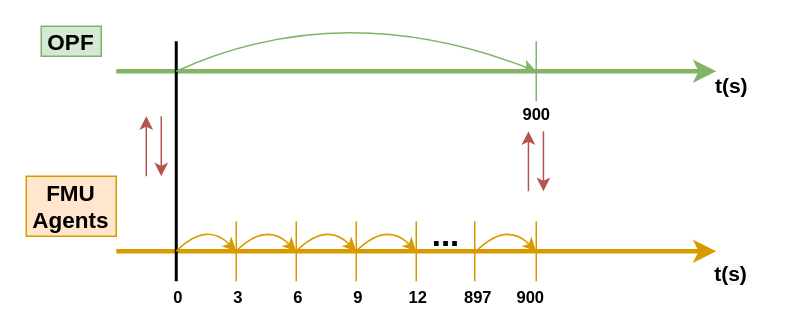
Before: Mid-term Review/Figures/co-simtimesteps.drawio in caneryagci/Multi-Energy-Systems-Thesis-Project, a draw.io diagram. Source tidied: cells renumbered, new cells numbered last; positions are measured from the earlier drawing's top-left corner, leaving out a move shared by most shapes. Both pictures are drawn from the tidied source at 150%, with x=0, y=0 at pixel (26, -4).
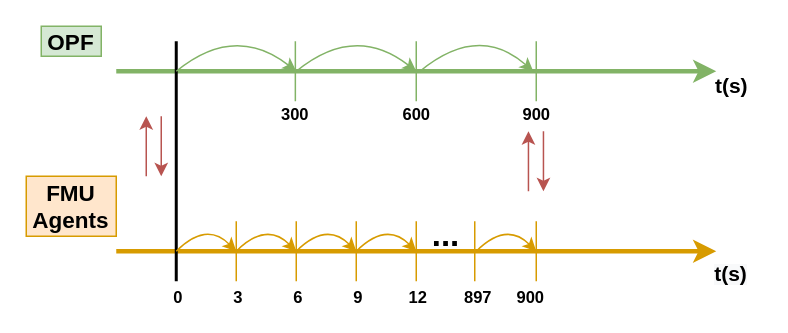
After the change.

What changed in the source:
```diff
@@
-    <mxCell id="14" style="curved=1;endArrow=classic;html=1;strokeWidth=1;fillColor=#d5e8d4;strokeColor=#82b366;" parent="1" edge="1">
-      <mxGeometry relative="1" as="geometry">
-        <mxPoint x="100" y="50" as="sourcePoint" />
-        <mxPoint x="340" y="50" as="targetPoint" />
-        <Array as="points">
-          <mxPoint x="210" />
-        </Array>
-      </mxGeometry>
-    </mxCell>
@@
+    <mxCell id="35" style="endArrow=none;html=1;strokeWidth=1;fillColor=#d5e8d4;strokeColor=#82b366;" parent="1" edge="1">
+      <mxGeometry relative="1" as="geometry">
+        <mxPoint x="179.4" y="70" as="sourcePoint" />
+        <mxPoint x="179.4" y="30" as="targetPoint" />
+      </mxGeometry>
+    </mxCell>
+    <mxCell id="36" value="&lt;b&gt;300&lt;/b&gt;" style="edgeLabel;html=1;align=center;verticalAlign=middle;" parent="35" vertex="1">
+      <mxGeometry x="-1" y="8" relative="1" as="geometry">
+        <mxPoint x="7" y="8" as="offset" />
+      </mxGeometry>
+    </mxCell>
+    <mxCell id="37" style="endArrow=none;html=1;strokeWidth=1;fillColor=#d5e8d4;strokeColor=#82b366;" parent="1" edge="1">
+      <mxGeometry relative="1" as="geometry">
+        <mxPoint x="260" y="70" as="sourcePoint" />
+        <mxPoint x="260" y="30" as="targetPoint" />
+      </mxGeometry>
+    </mxCell>
+    <mxCell id="38" value="&lt;b&gt;600&lt;/b&gt;" style="edgeLabel;html=1;align=center;verticalAlign=middle;" parent="37" vertex="1">
+      <mxGeometry x="-1" y="8" relative="1" as="geometry">
+        <mxPoint x="7" y="8" as="offset" />
+      </mxGeometry>
+    </mxCell>
+    <mxCell id="39" style="curved=1;endArrow=classic;html=1;strokeWidth=1;fillColor=#d5e8d4;strokeColor=#82b366;" parent="1" edge="1">
+      <mxGeometry relative="1" as="geometry">
+        <mxPoint x="262.5" y="50" as="sourcePoint" />
+        <mxPoint x="338" y="50" as="targetPoint" />
+        <Array as="points">
+          <mxPoint x="301.5" y="18" />
+        </Array>
+      </mxGeometry>
+    </mxCell>
+    <mxCell id="40" style="curved=1;endArrow=classic;html=1;strokeWidth=1;fillColor=#d5e8d4;strokeColor=#82b366;" parent="1" edge="1">
+      <mxGeometry relative="1" as="geometry">
+        <mxPoint x="180" y="50" as="sourcePoint" />
+        <mxPoint x="260" y="50" as="targetPoint" />
+        <Array as="points">
+          <mxPoint x="219" y="18" />
+        </Array>
+      </mxGeometry>
+    </mxCell>
+    <mxCell id="41" style="curved=1;endArrow=classic;html=1;strokeWidth=1;fillColor=#d5e8d4;strokeColor=#82b366;" parent="1" edge="1">
+      <mxGeometry relative="1" as="geometry">
+        <mxPoint x="100" y="50" as="sourcePoint" />
+        <mxPoint x="180" y="50" as="targetPoint" />
+        <Array as="points">
+          <mxPoint x="139" y="18" />
+        </Array>
+      </mxGeometry>
+    </mxCell>
```
